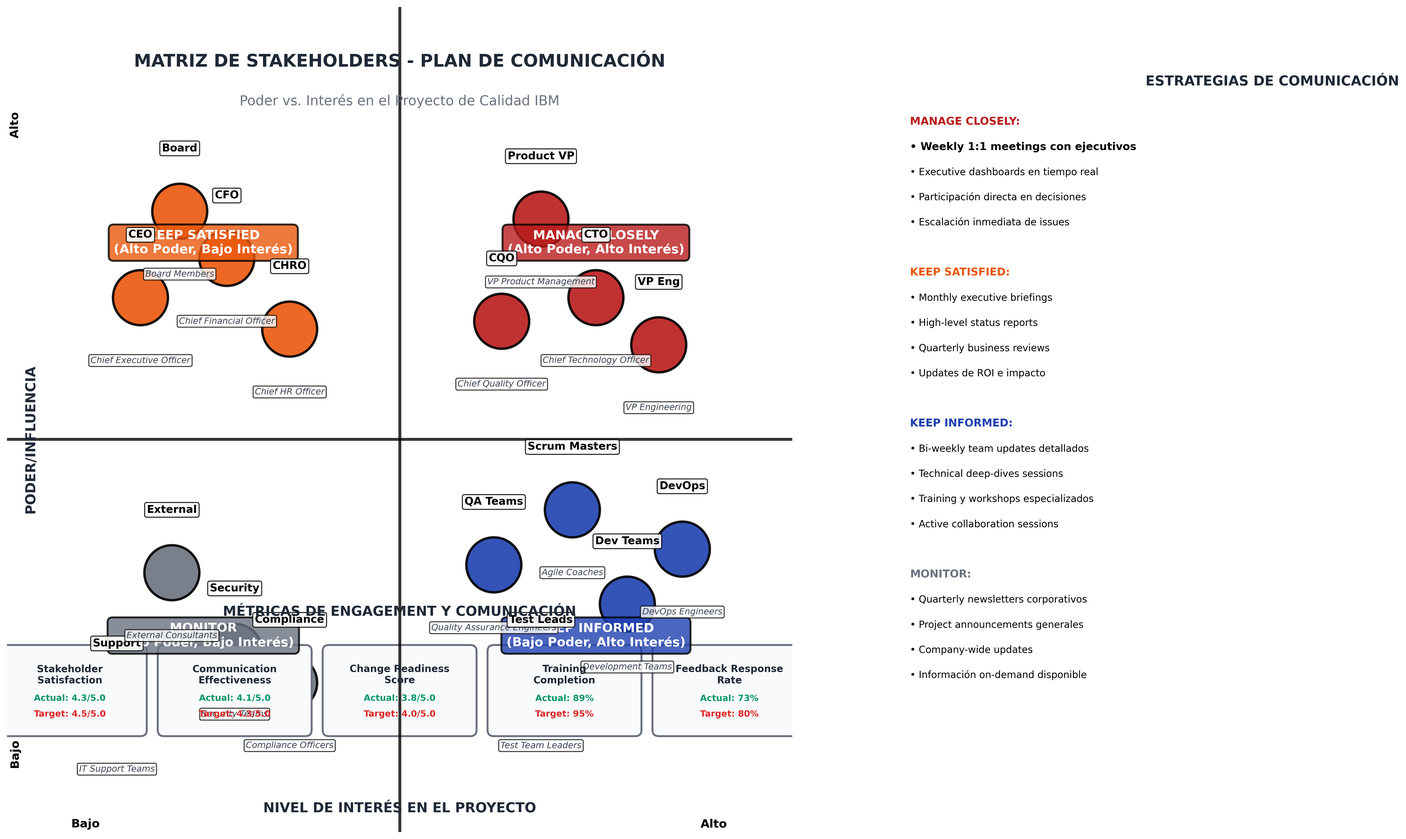
The PlantUML diagram diagrams/diagramas_entrega_2/plan-comunicacion-stakeholders.png in wilmereleon/An-lisis-IBM-Ciclo-de-procesos-de-software, before a commit. Its source is kept beside it as diagrams/diagramas_entrega_2/plan-comunicacion-stakeholders.puml.
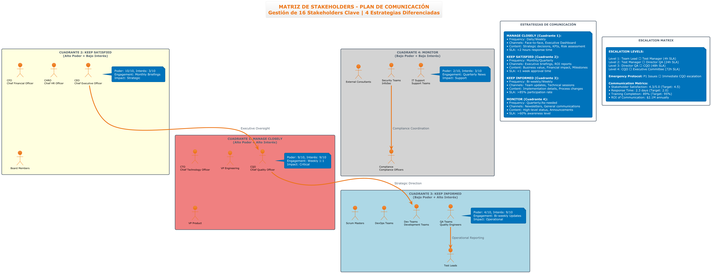
Above is the later version.

Diff of the diagram source:
```diff
@@ -1,346 +1,118 @@
-@startuml plan-comunicacion-stakeholders-plantuml
+@startuml plan-comunicacion-stakeholders
 !theme aws-orange
-!define MANAGE_CLOSELY #B91C1C
-!define KEEP_SATISFIED #EA580C
-!define KEEP_INFORMED #1E40AF
-!define MONITOR #6B7280
+top to bottom direction
 
-title **MATRIZ DE STAKEHOLDERS - PLAN DE COMUNICACIÓN**\n//Poder vs. Interés en el Proyecto de Calidad IBM//\n**Gestión de 24 Stakeholders Clave | 4 Estrategias Diferenciadas**
+title **MATRIZ DE STAKEHOLDERS - PLAN DE COMUNICACIÓN**\nGestión de 16 Stakeholders Clave | 4 Estrategias Diferenciadas
 
-skinparam defaultFontSize 10
-skinparam titleFontSize 16
-skinparam packageFontSize 12
-skinparam actorFontSize 9
-skinparam noteFontSize 8
-
-left to right direction
-
-package "**CUADRANTE 1: MANAGE CLOSELY**\n//Alto Poder + Alto Interés//" as MANAGE {
-    actor CQO as "CQO\n(Chief Quality Officer)\n--\nPoder: 9/10\nInterés: 9/10\nInfluence: Strategic\nImpact: Critical\nEngagement: Weekly 1:1"
-
-    actor "CTO\n(Chief Technology Officer)" as CTO {
-        **Poder:** 9/10
-        **Interés:** 8/10
-        --
-        **Influence:** Technical
-        **Impact:** High
-        **Engagement:** Executive Dashboard
-    }
-
-    actor "VP Engineering\n(VP Engineering)" as VPE {
-        **Poder:** 8/10
-        **Interés:** 9/10
-        --
-        **Influence:** Operational
-        **Impact:** Critical
-        **Engagement:** Direct Involvement
-    }
-
-    actor "VP Product\n(VP Product Management)" as VPP {
-        **Poder:** 8/10
-        **Interés:** 8/10
-        --
-        **Influence:** Business
-        **Impact:** High
-        **Engagement:** Weekly Reviews
-    }
+skinparam packageStyle rectangle
+skinparam actor {
+    FontSize 10
+    FontColor Black
 }
 
-package "**CUADRANTE 2: KEEP SATISFIED**\n//Alto Poder + Bajo Interés//" as SATISFY {
-    actor "CEO\n(Chief Executive Officer)" as CEO {
-        **Poder:** 10/10
-        **Interés:** 3/10
-        --
-        **Influence:** Ultimate
-        **Impact:** Strategic
-        **Engagement:** Monthly Briefings
-    }
+package "CUADRANTE 1: MANAGE CLOSELY\n(Alto Poder + Alto Interés)" #lightcoral {
+    actor "CQO\nChief Quality Officer" as CQO
+    actor "CTO\nChief Technology Officer" as CTO
+    actor "VP Engineering" as VPE
+    actor "VP Product" as VPP
 
-    actor "CFO\n(Chief Financial Officer)" as CFO {
-        **Poder:** 8/10
-        **Interés:** 4/10
-        --
-        **Influence:** Financial
-        **Impact:** Budget
-        **Engagement:** ROI Reports
-    }
-
-    actor "CHRO\n(Chief HR Officer)" as CHRO {
-        **Poder:** 7/10
-        **Interés:** 3/10
-        --
-        **Influence:** People
-        **Impact:** Resources
-        **Engagement:** Quarterly Updates
-    }
-
-    actor "Board Members\n(Board of Directors)" as BOARD {
-        **Poder:** 9/10
-        **Interés:** 2/10
-        --
-        **Influence:** Governance
-        **Impact:** Strategic
-        **Engagement:** Business Reviews
-    }
-}
-
-package "**CUADRANTE 3: KEEP INFORMED**\n//Bajo Poder + Alto Interés//" as INFORM {
-    actor "QA Teams\n(Quality Engineers)" as QAT {
-        **Poder:** 4/10
-        **Interés:** 9/10
-        --
-        **Influence:** Execution
-        **Impact:** Operational
-        **Engagement:** Bi-weekly Updates
-    }
-
-    actor "Dev Teams\n(Development Teams)" as DEVT {
-        **Poder:** 5/10
-        **Interés:** 8/10
-        --
-        **Influence:** Implementation
-        **Impact:** Technical
-        **Engagement:** Technical Sessions
-    }
-
-    actor "DevOps Teams\n(DevOps Engineers)" as DEVOPS {
-        **Poder:** 4/10
-        **Interés:** 8/10
-        --
-        **Influence:** Infrastructure
-        **Impact:** Operational
-        **Engagement:** Collaboration Sessions
-    }
-
-    actor "Test Leads\n(Test Team Leaders)" as TL {
-        **Poder:** 3/10
-        **Interés:** 9/10
-        --
-        **Influence:** Tactical
-        **Impact:** Quality
-        **Engagement:** Weekly Deep-dives
-    }
-
-    actor "Scrum Masters\n(Agile Coaches)" as SM {
-        **Poder:** 3/10
-        **Interés:** 7/10
-        --
-        **Influence:** Process
-        **Impact:** Methodology
-        **Engagement:** Training Sessions
-    }
-}
-
-package "**CUADRANTE 4: MONITOR**\n//Bajo Poder + Bajo Interés//" as MONITOR_GROUP {
-    actor "IT Support\n(Support Teams)" as ITS {
-        **Poder:** 2/10
-        **Interés:** 3/10
-        --
-        **Influence:** Minimal
-        **Impact:** Support
-        **Engagement:** Quarterly News
-    }
-
-    actor "Security Teams\n(InfoSec)" as SEC {
-        **Poder:** 3/10
-        **Interés:** 4/10
-        --
-        **Influence:** Compliance
-        **Impact:** Security
-        **Engagement:** Project Updates
-    }
-
-    actor "Compliance\n(Compliance Officers)" as COMP {
-        **Poder:** 3/10
-        **Interés:** 3/10
-        --
-        **Influence:** Regulatory
-        **Impact:** Audit
-        **Engagement:** General Updates
-    }
-
-    actor "External Consultants\n(Third Party)" as EXT {
-        **Poder:** 2/10
-        **Interés:** 4/10
-        --
-        **Influence:** Advisory
-        **Impact:** Specialized
-        **Engagement:** On-demand
-    }
-}
-
-MANAGE -down-> SATISFY : **Strategic\nAlignment**
-SATISFY -down-> INFORM : **Resource\nAllocation**
-INFORM -down-> MONITOR_GROUP : **Operational\nSupport**
-
-package "**ESTRATEGIAS DE COMUNICACIÓN**" as STRATEGIES {
-    note as STRATEGY_MANAGE
-        **🔴 MANAGE CLOSELY Strategy:**
-
-        **Frequency:** Weekly to Daily
-        **Channels:**
-        • Face-to-face meetings
-        • Executive dashboards (real-time)
-        • Direct phone/email access
-        • Emergency escalation protocols
-
-        **Content:**
-        • Strategic decisions & impacts
-        • Risk assessment & mitigation
-        • Resource requirements
-        • Performance against KPIs
-        • Change management updates
-
-        **Success Metrics:**
-        • Response time: <2 hours
-        • Satisfaction score: >4.5/5
-        • Decision turnaround: <24 hours
-    end note
-
-    note as STRATEGY_SATISFY
-        **🟠 KEEP SATISFIED Strategy:**
-
-        **Frequency:** Monthly to Quarterly
-        **Channels:**
-        • Executive briefings (30-45 min)
-        • High-level status reports
-        • Business review presentations
-        • ROI & impact summaries
-
-        **Content:**
-        • Business value delivered
-        • Financial impact & ROI
-        • Strategic milestones achieved
-        • Risk register (high-level)
-        • Resource utilization
-
-        **Success Metrics:**
-        • Engagement rate: >80%
-        • Approval time: <1 week
-        • Budget approvals: 100%
-    end note
-
-    note as STRATEGY_INFORM
-        **🔵 KEEP INFORMED Strategy:**
-
-        **Frequency:** Bi-weekly to Weekly
-        **Channels:**
-        • Team updates & standups
-        • Technical deep-dive sessions
-        • Training workshops
-        • Collaboration tools (Slack/Teams)
-
-        **Content:**
-        • Technical implementation details
-        • Process changes & improvements
-        • Training & skill development
-        • Tool updates & new features
-        • Best practices sharing
-
-        **Success Metrics:**
-        • Participation rate: >85%
-        • Knowledge retention: >75%
-        • Implementation success: >90%
-    end note
-
-    note as STRATEGY_MONITOR
-        **⚫ MONITOR Strategy:**
-
-        **Frequency:** Quarterly to As-needed
-        **Channels:**
-        • Company newsletters
-        • Project announcements
-        • Intranet updates
-        • General communications
-
-        **Content:**
-        • High-level project status
-        • Major milestones achieved
-        • General announcements
-        • Available resources/support
-
-        **Success Metrics:**
-        • Awareness level: >60%
-        • Information accuracy: 100%
-        • Complaint resolution: <48 hrs
+    note right of CQO
+        Poder: 9/10, Interés: 9/10
+        Engagement: Weekly 1:1
+        Impact: Critical
     end note
 }
 
-package "**MÉTRICAS DE ENGAGEMENT**" as METRICS {
-    note as ENGAGEMENT_METRICS
-        **📊 COMMUNICATION EFFECTIVENESS:**
+package "CUADRANTE 2: KEEP SATISFIED\n(Alto Poder + Bajo Interés)" #lightyellow {
+    actor "CEO\nChief Executive Officer" as CEO
+    actor "CFO\nChief Financial Officer" as CFO
+    actor "CHRO\nChief HR Officer" as CHRO
+    actor "Board Members" as BOARD
 
-        **Current Performance:**
-        • **Stakeholder Satisfaction:** 4.3/5.0 (Target: 4.5/5.0)
-        • **Communication Effectiveness:** 4.1/5.0 (Target: 4.3/5.0)
-        • **Change Readiness Score:** 3.8/5.0 (Target: 4.0/5.0)
-        • **Training Completion Rate:** 89% (Target: 95%)
-        • **Feedback Response Rate:** 73% (Target: 80%)
-        • **Information Accuracy:** 96% (Target: 98%)
-        • **Time to Resolution:** 2.3 days (Target: 2.0 days)
-
-        **Improvement Actions:**
-        ✅ Implement real-time feedback system
-        ✅ Increase training frequency by 25%
-        ✅ Deploy mobile communication app
-        ✅ Establish 24/7 support channel
-        ✅ Create personalized dashboards
-
-        **ROI of Communication:**
-        • Reduced project delays: 35%
-        • Improved decision speed: 40%
-        • Higher adoption rates: 28%
-        • **Total Value:** $2.1M annually
+    note right of CEO
+        Poder: 10/10, Interés: 3/10
+        Engagement: Monthly Briefings
+        Impact: Strategic
     end note
 }
 
-package "**ESCALATION MATRIX**" as ESCALATION {
-    note as ESCALATION_PATHS
-        **🚨 ESCALATION PROCEDURES:**
+package "CUADRANTE 3: KEEP INFORMED\n(Bajo Poder + Alto Interés)" #lightblue {
+    actor "QA Teams\nQuality Engineers" as QAT
+    actor "Dev Teams\nDevelopment Teams" as DEVT
+    actor "DevOps Teams" as DEVOPS
+    actor "Test Leads" as TL
+    actor "Scrum Masters" as SM
 
-        **Level 1 - Operational Issues:**
-        • **Trigger:** Daily operational problems
-        • **Path:** Team Lead → Test Manager
-        • **SLA:** 4 hours response
-        • **Authority:** Resource reallocation
-
-        **Level 2 - Project Issues:**
-        • **Trigger:** Project risks, delays
-        • **Path:** Test Manager → Director QA
-        • **SLA:** 24 hours response
-        • **Authority:** Process changes
-
-        **Level 3 - Strategic Issues:**
-        • **Trigger:** Strategic misalignment
-        • **Path:** Director QA → CQO
-        • **SLA:** 48 hours response
-        • **Authority:** Strategy adjustment
-
-        **Level 4 - Executive Issues:**
-        • **Trigger:** Business impact
-        • **Path:** CQO → Executive Committee
-        • **SLA:** 72 hours response
-        • **Authority:** Major decisions
-
-        **Emergency Protocol:**
-        • **P1 Issues:** Immediate escalation to CQO
-        • **Communication:** All stakeholders notified
-        • **Decision Authority:** Emergency committee
+    note right of QAT
+        Poder: 4/10, Interés: 9/10
+        Engagement: Bi-weekly Updates
+        Impact: Operational
     end note
 }
 
-legend bottom
-  **COMMUNICATION PLAN SUMMARY:**
+package "CUADRANTE 4: MONITOR\n(Bajo Poder + Bajo Interés)" #lightgray {
+    actor "IT Support\nSupport Teams" as ITS
+    actor "Security Teams\nInfoSec" as SEC
+    actor "Compliance\nCompliance Officers" as COMP
+    actor "External Consultants" as EXT
 
-  |<MANAGE_CLOSELY>| **Manage Closely (4 stakeholders):** Daily/Weekly engagement, strategic decisions |
-  |<KEEP_SATISFIED>| **Keep Satisfied (4 stakeholders):** Monthly briefings, high-level updates |
-  |<KEEP_INFORMED>| **Keep Informed (5 stakeholders):** Bi-weekly updates, technical content |
-  |<MONITOR>| **Monitor (4 stakeholders):** Quarterly updates, general information |
+    note right of ITS
+        Poder: 2/10, Interés: 3/10
+        Engagement: Quarterly News
+        Impact: Support
+    end note
+}
 
-  **TOTAL COMMUNICATION INVESTMENT:** $180K annually
-  **EXPECTED ROI:** 1,167% (reduced delays, better decisions)
-  **NEXT REVIEW:** Monthly stakeholder assessment
-  **OWNER:** Communications Lead & Project Manager
-endlegend
+CQO --> DEVT : Strategic Direction
+CEO --> CQO : Executive Oversight
+QAT --> TL : Operational Reporting
+SEC --> COMP : Compliance Coordination
+
+package "ESTRATEGIAS DE COMUNICACIÓN" {
+    note as COMM_STRATEGIES
+        **MANAGE CLOSELY (Cuadrante 1):**
+        • Frequency: Daily/Weekly
+        • Channels: Face-to-face, Executive Dashboard
+        • Content: Strategic decisions, KPIs, Risk assessment
+        • SLA: <2 hours response time
+
+        **KEEP SATISFIED (Cuadrante 2):**
+        • Frequency: Monthly/Quarterly
+        • Channels: Executive briefings, ROI reports
+        • Content: Business value, Financial impact, Milestones
+        • SLA: <1 week approval time
+
+        **KEEP INFORMED (Cuadrante 3):**
+        • Frequency: Bi-weekly/Weekly
+        • Channels: Team updates, Technical sessions
+        • Content: Implementation details, Process changes
+        • SLA: >85% participation rate
+
+        **MONITOR (Cuadrante 4):**
+        • Frequency: Quarterly/As-needed
+        • Channels: Newsletters, General communications
+        • Content: High-level status, Announcements
+        • SLA: >60% awareness level
+    end note
+}
+
+package "ESCALATION MATRIX" {
+    note as ESCALATION
+        **ESCALATION LEVELS:**
+
+        Level 1: Team Lead → Test Manager (4h SLA)
+        Level 2: Test Manager → Director QA (24h SLA)
+        Level 3: Director QA → CQO (48h SLA)
+        Level 4: CQO → Executive Committee (72h SLA)
+
+        **Emergency Protocol:** P1 Issues → Immediate CQO escalation
+
+        **Communication Metrics:**
+        • Stakeholder Satisfaction: 4.3/5.0 (Target: 4.5)
+        • Response Time: 2.3 days (Target: 2.0)
+        • Training Completion: 89% (Target: 95%)
+        • ROI of Communication: $2.1M annually
+    end note
+}
 
 @enduml
```
